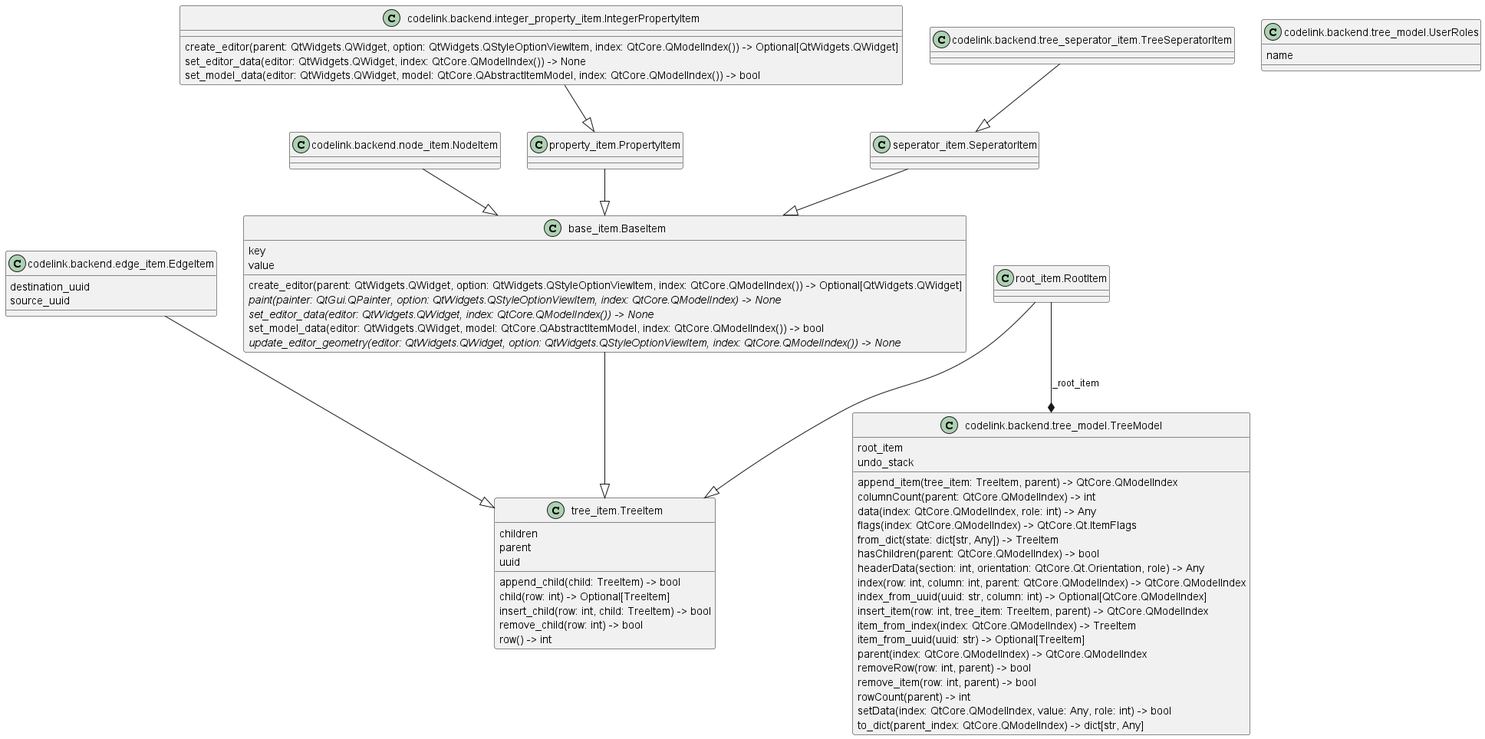
This is img/backend_classes.png from j8sr0230/codelink, a PlantUML export, as it was before one commit.
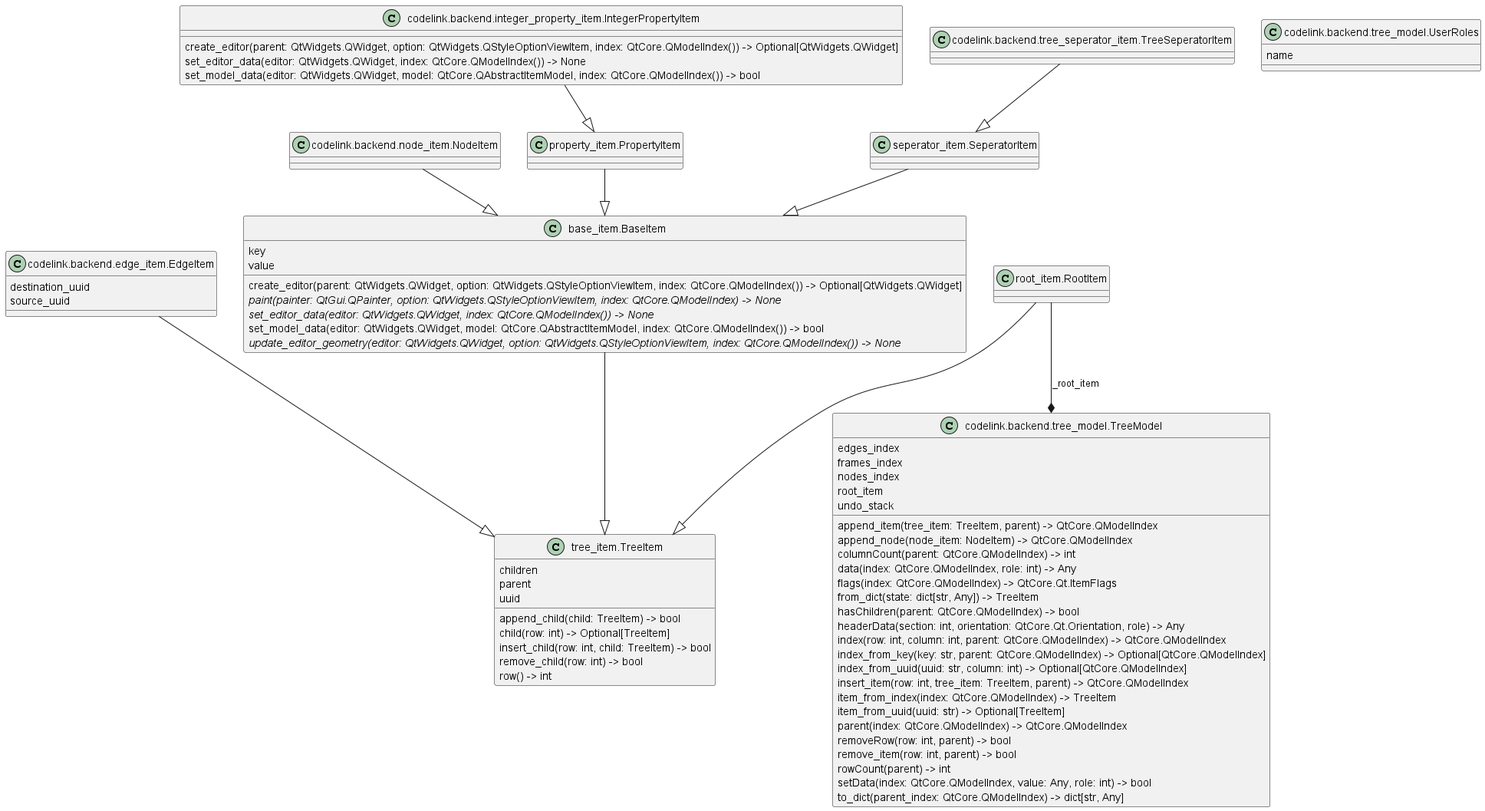
The same diagram one commit later.

Diff of the diagram source:
```diff
@@ -21,9 +21,13 @@
 class "codelink.backend.node_item.NodeItem" as codelink.backend.node_item.NodeItem {
 }
 class "codelink.backend.tree_model.TreeModel" as codelink.backend.tree_model.TreeModel {
+  edges_index
+  frames_index
+  nodes_index
   root_item
   undo_stack
   append_item(tree_item: TreeItem, parent) -> QtCore.QModelIndex
+  append_node(node_item: NodeItem) -> QtCore.QModelIndex
   columnCount(parent: QtCore.QModelIndex) -> int
   data(index: QtCore.QModelIndex, role: int) -> Any
   flags(index: QtCore.QModelIndex) -> QtCore.Qt.ItemFlags
@@ -31,6 +35,7 @@
   hasChildren(parent: QtCore.QModelIndex) -> bool
   headerData(section: int, orientation: QtCore.Qt.Orientation, role) -> Any
   index(row: int, column: int, parent: QtCore.QModelIndex) -> QtCore.QModelIndex
+  index_from_key(key: str, parent: QtCore.QModelIndex) -> Optional[QtCore.QModelIndex]
   index_from_uuid(uuid: str, column: int) -> Optional[QtCore.QModelIndex]
   insert_item(row: int, tree_item: TreeItem, parent) -> QtCore.QModelIndex
   item_from_index(index: QtCore.QModelIndex) -> TreeItem
```
